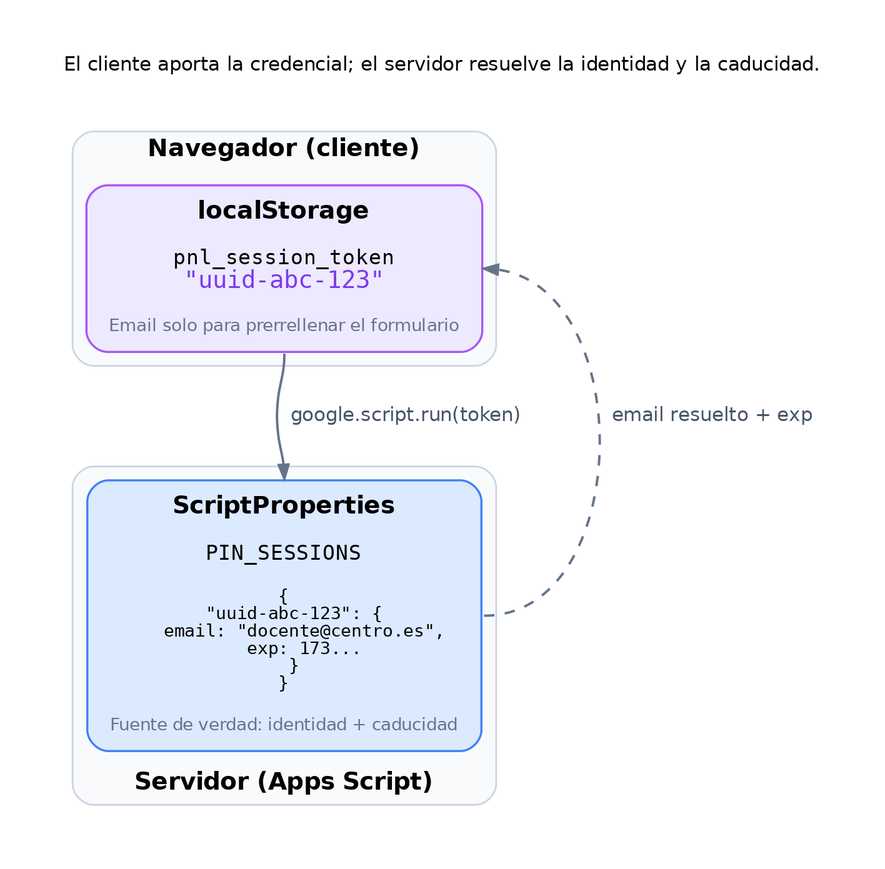
pfelipm/panel-dedicacion-no-lectiva keeps this Graphviz diagram as docs/images/session-model.png. Above is the earlier version. Its source is kept beside it as docs/images/session-model.dot.
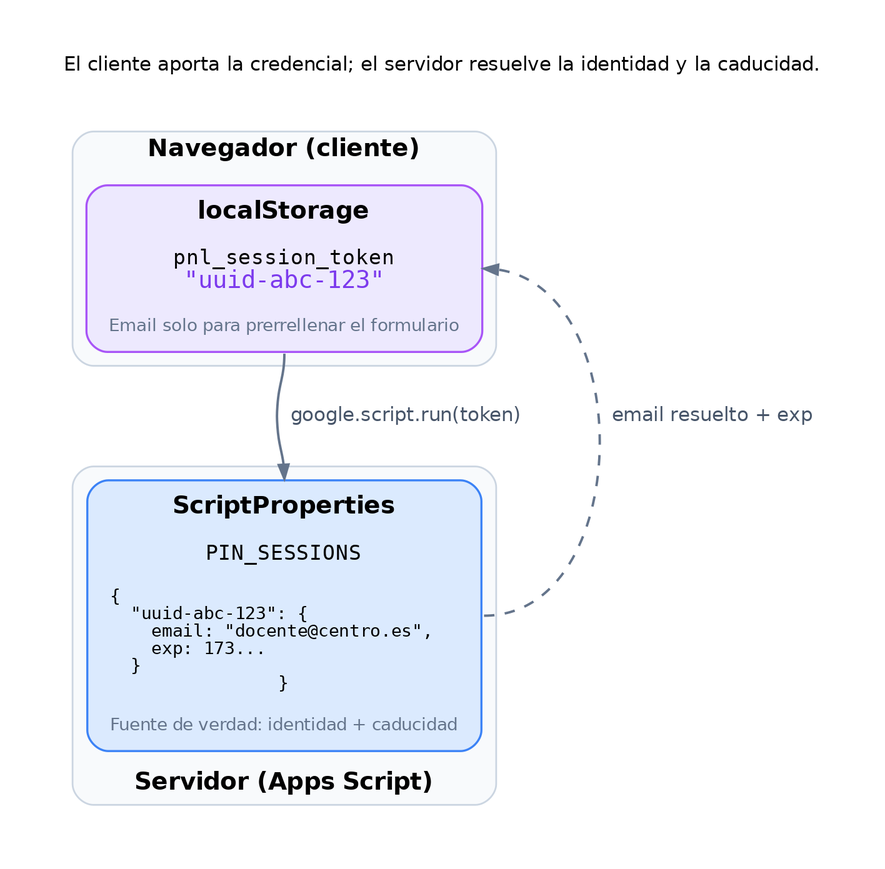
The same diagram one commit later.

Commit message:
docs: alinear a la izquierda el objeto JSON del diagrama de sesión

Las llaves y la indentación del bloque PIN_SESSIONS ya respetan la alineación de código.

Change to the diagram source:
```diff
@@ -52,7 +52,7 @@
     style="rounded";
     bgcolor="#f8fafc";
 
-    props [label=<<B>ScriptProperties</B><BR/><BR/><FONT FACE="DejaVu Sans Mono" POINT-SIZE="12">PIN_SESSIONS</FONT><BR/><BR/><FONT FACE="DejaVu Sans Mono" POINT-SIZE="10">{<BR/>  "uuid-abc-123": {<BR/>    email: "docente@centro.es",<BR/>    exp: 173...<BR/>  }<BR/>}</FONT><BR/><BR/><FONT POINT-SIZE="10" COLOR="#64748b">Fuente de verdad: identidad + caducidad</FONT>>, fillcolor="#dbeafe", color="#3b82f6"];
+    props [label=<<B>ScriptProperties</B><BR/><BR/><FONT FACE="DejaVu Sans Mono" POINT-SIZE="12">PIN_SESSIONS</FONT><BR/><BR/><FONT FACE="DejaVu Sans Mono" POINT-SIZE="10">{<BR ALIGN="LEFT"/>  "uuid-abc-123": {<BR ALIGN="LEFT"/>    email: "docente@centro.es",<BR ALIGN="LEFT"/>    exp: 173...<BR ALIGN="LEFT"/>  }<BR ALIGN="LEFT"/>}</FONT><BR/><BR/><FONT POINT-SIZE="10" COLOR="#64748b">Fuente de verdad: identidad + caducidad</FONT>>, fillcolor="#dbeafe", color="#3b82f6"];
   }
 
   local:s -> props:n [label="  google.script.run(token)  ", labeljust="l"];
```
